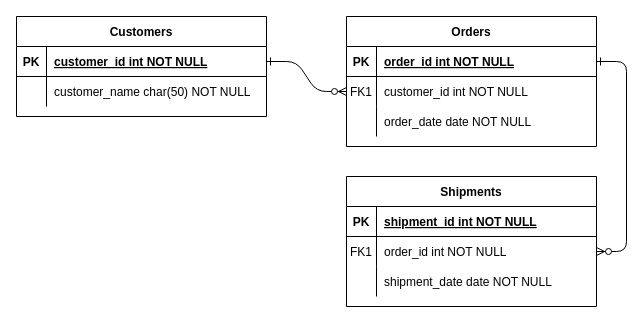
Before: HomeShare.drawio in lenahelena/TADS-BD1A1-Projeto_Home_Share, a draw.io diagram. Source tidied: cells renumbered, new cells numbered last; positions are measured from the earlier drawing's top-left corner, leaving out a move shared by most shapes. Both pictures are drawn from the tidied source at 100%, with x=0, y=0 at pixel (16, 16).
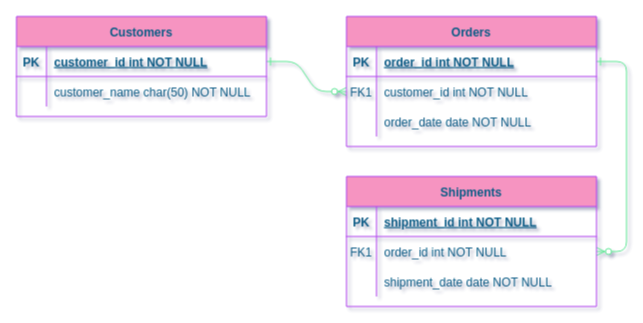
Above is the later version.

What changed in the source:
```diff
@@
-<mxGraphModel>
+<mxGraphModel shadow="1">
@@
-    <mxCell id="2" style="edgeStyle=entityRelationEdgeStyle;endArrow=ERzeroToMany;startArrow=ERone;endFill=1;startFill=0;" parent="1" edge="1" source="25" target="8">
+    <mxCell id="2" style="edgeStyle=entityRelationEdgeStyle;endArrow=ERzeroToMany;startArrow=ERone;endFill=1;startFill=0;strokeColor=#60E696;fontColor=#095C86;" parent="1" edge="1" source="25" target="8">
       <mxGeometry relative="1" as="geometry" />
     </mxCell>
-    <mxCell id="3" style="edgeStyle=entityRelationEdgeStyle;endArrow=ERzeroToMany;startArrow=ERone;endFill=1;startFill=0;" parent="1" edge="1" source="5" target="18">
+    <mxCell id="3" style="edgeStyle=entityRelationEdgeStyle;endArrow=ERzeroToMany;startArrow=ERone;endFill=1;startFill=0;strokeColor=#60E696;fontColor=#095C86;" parent="1" edge="1" source="5" target="18">
       <mxGeometry relative="1" as="geometry" />
     </mxCell>
-    <mxCell id="4" value="Orders" style="shape=table;startSize=30;childLayout=tableLayout;rowLines=0;fontStyle=1;align=center;" parent="1" vertex="1">
+    <mxCell id="4" value="Orders" style="shape=table;startSize=30;childLayout=tableLayout;rowLines=0;fontStyle=1;align=center;fillColor=#F694C1;strokeColor=#AF45ED;fontColor=#095C86;" parent="1" vertex="1">
       <mxGeometry x="330" width="250" height="130" as="geometry" />
     </mxCell>
-    <mxCell id="5" style="shape=partialRectangle;fillColor=none;points=[[0,0.5],[1,0.5]];portConstraint=eastwest;top=0;left=0;right=0;bottom=1;" parent="4" vertex="1">
+    <mxCell id="5" style="shape=partialRectangle;fillColor=none;points=[[0,0.5],[1,0.5]];portConstraint=eastwest;top=0;left=0;right=0;bottom=1;strokeColor=#AF45ED;fontColor=#095C86;" parent="4" vertex="1">
       <mxGeometry y="30" width="250" height="30" as="geometry" />
     </mxCell>
-    <mxCell id="6" value="PK" style="shape=partialRectangle;overflow=hidden;fillColor=none;top=0;left=0;bottom=0;right=0;fontStyle=1;" parent="5" vertex="1">
+    <mxCell id="6" value="PK" style="shape=partialRectangle;overflow=hidden;fillColor=none;top=0;left=0;bottom=0;right=0;fontStyle=1;strokeColor=#AF45ED;fontColor=#095C86;" parent="5" vertex="1">
       <mxGeometry width="30" height="30" as="geometry" />
     </mxCell>
-    <mxCell id="7" value="order_id int NOT NULL " style="shape=partialRectangle;overflow=hidden;fillColor=none;top=0;left=0;bottom=0;right=0;align=left;spacingLeft=6;fontStyle=5;" parent="5" vertex="1">
+    <mxCell id="7" value="order_id int NOT NULL " style="shape=partialRectangle;overflow=hidden;fillColor=none;top=0;left=0;bottom=0;right=0;align=left;spacingLeft=6;fontStyle=5;strokeColor=#AF45ED;fontColor=#095C86;" parent="5" vertex="1">
       <mxGeometry x="30" width="220" height="30" as="geometry" />
     </mxCell>
-    <mxCell id="8" style="shape=partialRectangle;fillColor=none;points=[[0,0.5],[1,0.5]];portConstraint=eastwest;top=0;left=0;right=0;bottom=0;" parent="4" vertex="1">
+    <mxCell id="8" style="shape=partialRectangle;fillColor=none;points=[[0,0.5],[1,0.5]];portConstraint=eastwest;top=0;left=0;right=0;bottom=0;strokeColor=#AF45ED;fontColor=#095C86;" parent="4" vertex="1">
       <mxGeometry y="60" width="250" height="30" as="geometry" />
     </mxCell>
-    <mxCell id="9" value="FK1" style="shape=partialRectangle;overflow=hidden;fillColor=none;top=0;left=0;bottom=0;right=0;" parent="8" vertex="1">
+    <mxCell id="9" value="FK1" style="shape=partialRectangle;overflow=hidden;fillColor=none;top=0;left=0;bottom=0;right=0;strokeColor=#AF45ED;fontColor=#095C86;" parent="8" vertex="1">
       <mxGeometry width="30" height="30" as="geometry" />
     </mxCell>
-    <mxCell id="10" value="customer_id int NOT NULL" style="shape=partialRectangle;overflow=hidden;fillColor=none;top=0;left=0;bottom=0;right=0;align=left;spacingLeft=6;" parent="8" vertex="1">
+    <mxCell id="10" value="customer_id int NOT NULL" style="shape=partialRectangle;overflow=hidden;fillColor=none;top=0;left=0;bottom=0;right=0;align=left;spacingLeft=6;strokeColor=#AF45ED;fontColor=#095C86;" parent="8" vertex="1">
       <mxGeometry x="30" width="220" height="30" as="geometry" />
     </mxCell>
-    <mxCell id="11" style="shape=partialRectangle;fillColor=none;top=0;left=0;right=0;bottom=0;" parent="4" vertex="1">
+    <mxCell id="11" style="shape=partialRectangle;fillColor=none;top=0;left=0;right=0;bottom=0;strokeColor=#AF45ED;fontColor=#095C86;" parent="4" vertex="1">
       <mxGeometry y="90" width="250" height="30" as="geometry" />
     </mxCell>
-    <mxCell id="12" style="shape=partialRectangle;overflow=hidden;fillColor=none;top=0;left=0;bottom=0;right=0;" parent="11" vertex="1">
+    <mxCell id="12" style="shape=partialRectangle;overflow=hidden;fillColor=none;top=0;left=0;bottom=0;right=0;strokeColor=#AF45ED;fontColor=#095C86;" parent="11" vertex="1">
       <mxGeometry width="30" height="30" as="geometry" />
     </mxCell>
-    <mxCell id="13" value="order_date date NOT NULL" style="shape=partialRectangle;overflow=hidden;fillColor=none;top=0;left=0;bottom=0;right=0;align=left;spacingLeft=6;" parent="11" vertex="1">
+    <mxCell id="13" value="order_date date NOT NULL" style="shape=partialRectangle;overflow=hidden;fillColor=none;top=0;left=0;bottom=0;right=0;align=left;spacingLeft=6;strokeColor=#AF45ED;fontColor=#095C86;" parent="11" vertex="1">
       <mxGeometry x="30" width="220" height="30" as="geometry" />
     </mxCell>
-    <mxCell id="14" value="Shipments" style="shape=table;startSize=30;childLayout=tableLayout;rowLines=0;fontStyle=1;align=center;" parent="1" vertex="1">
+    <mxCell id="14" value="Shipments" style="shape=table;startSize=30;childLayout=tableLayout;rowLines=0;fontStyle=1;align=center;fillColor=#F694C1;strokeColor=#AF45ED;fontColor=#095C86;" parent="1" vertex="1">
       <mxGeometry x="330" y="160" width="250" height="130" as="geometry" />
     </mxCell>
-    <mxCell id="15" style="shape=partialRectangle;fillColor=none;top=0;left=0;right=0;bottom=1;" parent="14" vertex="1">
+    <mxCell id="15" style="shape=partialRectangle;fillColor=none;top=0;left=0;right=0;bottom=1;strokeColor=#AF45ED;fontColor=#095C86;" parent="14" vertex="1">
       <mxGeometry y="30" width="250" height="30" as="geometry" />
     </mxCell>
-    <mxCell id="16" value="PK" style="shape=partialRectangle;overflow=hidden;fillColor=none;top=0;left=0;bottom=0;right=0;fontStyle=1;" parent="15" vertex="1">
+    <mxCell id="16" value="PK" style="shape=partialRectangle;overflow=hidden;fillColor=none;top=0;left=0;bottom=0;right=0;fontStyle=1;strokeColor=#AF45ED;fontColor=#095C86;" parent="15" vertex="1">
       <mxGeometry width="30" height="30" as="geometry" />
     </mxCell>
-    <mxCell id="17" value="shipment_id int NOT NULL " style="shape=partialRectangle;overflow=hidden;fillColor=none;top=0;left=0;bottom=0;right=0;align=left;spacingLeft=6;fontStyle=5;" parent="15" vertex="1">
+    <mxCell id="17" value="shipment_id int NOT NULL " style="shape=partialRectangle;overflow=hidden;fillColor=none;top=0;left=0;bottom=0;right=0;align=left;spacingLeft=6;fontStyle=5;strokeColor=#AF45ED;fontColor=#095C86;" parent="15" vertex="1">
       <mxGeometry x="30" width="220" height="30" as="geometry" />
     </mxCell>
-    <mxCell id="18" style="shape=partialRectangle;fillColor=none;points=[[0,0.5],[1,0.5]];portConstraint=eastwest;top=0;left=0;right=0;bottom=0;" parent="14" vertex="1">
+    <mxCell id="18" style="shape=partialRectangle;fillColor=none;points=[[0,0.5],[1,0.5]];portConstraint=eastwest;top=0;left=0;right=0;bottom=0;strokeColor=#AF45ED;fontColor=#095C86;" parent="14" vertex="1">
       <mxGeometry y="60" width="250" height="30" as="geometry" />
     </mxCell>
-    <mxCell id="19" value="FK1" style="shape=partialRectangle;overflow=hidden;fillColor=none;top=0;left=0;bottom=0;right=0;" parent="18" vertex="1">
+    <mxCell id="19" value="FK1" style="shape=partialRectangle;overflow=hidden;fillColor=none;top=0;left=0;bottom=0;right=0;strokeColor=#AF45ED;fontColor=#095C86;" parent="18" vertex="1">
       <mxGeometry width="30" height="30" as="geometry" />
     </mxCell>
-    <mxCell id="20" value="order_id int NOT NULL" style="shape=partialRectangle;overflow=hidden;fillColor=none;top=0;left=0;bottom=0;right=0;align=left;spacingLeft=6;" parent="18" vertex="1">
+    <mxCell id="20" value="order_id int NOT NULL" style="shape=partialRectangle;overflow=hidden;fillColor=none;top=0;left=0;bottom=0;right=0;align=left;spacingLeft=6;strokeColor=#AF45ED;fontColor=#095C86;" parent="18" vertex="1">
       <mxGeometry x="30" width="220" height="30" as="geometry" />
     </mxCell>
-    <mxCell id="21" style="shape=partialRectangle;fillColor=none;top=0;left=0;right=0;bottom=0;" parent="14" vertex="1">
+    <mxCell id="21" style="shape=partialRectangle;fillColor=none;top=0;left=0;right=0;bottom=0;strokeColor=#AF45ED;fontColor=#095C86;" parent="14" vertex="1">
       <mxGeometry y="90" width="250" height="30" as="geometry" />
     </mxCell>
-    <mxCell id="22" style="shape=partialRectangle;overflow=hidden;fillColor=none;top=0;left=0;bottom=0;right=0;" parent="21" vertex="1">
+    <mxCell id="22" style="shape=partialRectangle;overflow=hidden;fillColor=none;top=0;left=0;bottom=0;right=0;strokeColor=#AF45ED;fontColor=#095C86;" parent="21" vertex="1">
       <mxGeometry width="30" height="30" as="geometry" />
     </mxCell>
-    <mxCell id="23" value="shipment_date date NOT NULL" style="shape=partialRectangle;overflow=hidden;fillColor=none;top=0;left=0;bottom=0;right=0;align=left;spacingLeft=6;" parent="21" vertex="1">
+    <mxCell id="23" value="shipment_date date NOT NULL" style="shape=partialRectangle;overflow=hidden;fillColor=none;top=0;left=0;bottom=0;right=0;align=left;spacingLeft=6;strokeColor=#AF45ED;fontColor=#095C86;" parent="21" vertex="1">
       <mxGeometry x="30" width="220" height="30" as="geometry" />
     </mxCell>
-    <mxCell id="24" value="Customers" style="shape=table;startSize=30;childLayout=tableLayout;rowLines=0;fontStyle=1;align=center;" parent="1" vertex="1">
+    <mxCell id="24" value="Customers" style="shape=table;startSize=30;childLayout=tableLayout;rowLines=0;fontStyle=1;align=center;fillColor=#F694C1;strokeColor=#AF45ED;fontColor=#095C86;" parent="1" vertex="1">
       <mxGeometry width="250" height="100" as="geometry" />
     </mxCell>
-    <mxCell id="25" style="shape=partialRectangle;fillColor=none;points=[[0,0.5],[1,0.5]];portConstraint=eastwest;top=0;left=0;right=0;bottom=1;" parent="24" vertex="1">
+    <mxCell id="25" style="shape=partialRectangle;fillColor=none;points=[[0,0.5],[1,0.5]];portConstraint=eastwest;top=0;left=0;right=0;bottom=1;strokeColor=#AF45ED;fontColor=#095C86;" parent="24" vertex="1">
       <mxGeometry y="30" width="250" height="30" as="geometry" />
     </mxCell>
-    <mxCell id="26" value="PK" style="shape=partialRectangle;overflow=hidden;fillColor=none;top=0;left=0;bottom=0;right=0;fontStyle=1;" parent="25" vertex="1">
+    <mxCell id="26" value="PK" style="shape=partialRectangle;overflow=hidden;fillColor=none;top=0;left=0;bottom=0;right=0;fontStyle=1;strokeColor=#AF45ED;fontColor=#095C86;" parent="25" vertex="1">
       <mxGeometry width="30" height="30" as="geometry" />
     </mxCell>
-    <mxCell id="27" value="customer_id int NOT NULL " style="shape=partialRectangle;overflow=hidden;fillColor=none;top=0;left=0;bottom=0;right=0;align=left;spacingLeft=6;fontStyle=5;" parent="25" vertex="1">
+    <mxCell id="27" value="customer_id int NOT NULL " style="shape=partialRectangle;overflow=hidden;fillColor=none;top=0;left=0;bottom=0;right=0;align=left;spacingLeft=6;fontStyle=5;strokeColor=#AF45ED;fontColor=#095C86;" parent="25" vertex="1">
       <mxGeometry x="30" width="220" height="30" as="geometry" />
     </mxCell>
-    <mxCell id="28" style="shape=partialRectangle;fillColor=none;top=0;left=0;right=0;bottom=0;" parent="24" vertex="1">
+    <mxCell id="28" style="shape=partialRectangle;fillColor=none;top=0;left=0;right=0;bottom=0;strokeColor=#AF45ED;fontColor=#095C86;" parent="24" vertex="1">
       <mxGeometry y="60" width="250" height="30" as="geometry" />
     </mxCell>
-    <mxCell id="29" style="shape=partialRectangle;overflow=hidden;fillColor=none;top=0;left=0;bottom=0;right=0;" parent="28" vertex="1">
+    <mxCell id="29" style="shape=partialRectangle;overflow=hidden;fillColor=none;top=0;left=0;bottom=0;right=0;strokeColor=#AF45ED;fontColor=#095C86;" parent="28" vertex="1">
       <mxGeometry width="30" height="30" as="geometry" />
     </mxCell>
-    <mxCell id="30" value="customer_name char(50) NOT NULL" style="shape=partialRectangle;overflow=hidden;fillColor=none;top=0;left=0;bottom=0;right=0;align=left;spacingLeft=6;" parent="28" vertex="1">
+    <mxCell id="30" value="customer_name char(50) NOT NULL" style="shape=partialRectangle;overflow=hidden;fillColor=none;top=0;left=0;bottom=0;right=0;align=left;spacingLeft=6;strokeColor=#AF45ED;fontColor=#095C86;" parent="28" vertex="1">
       <mxGeometry x="30" width="220" height="30" as="geometry" />
     </mxCell>
```
